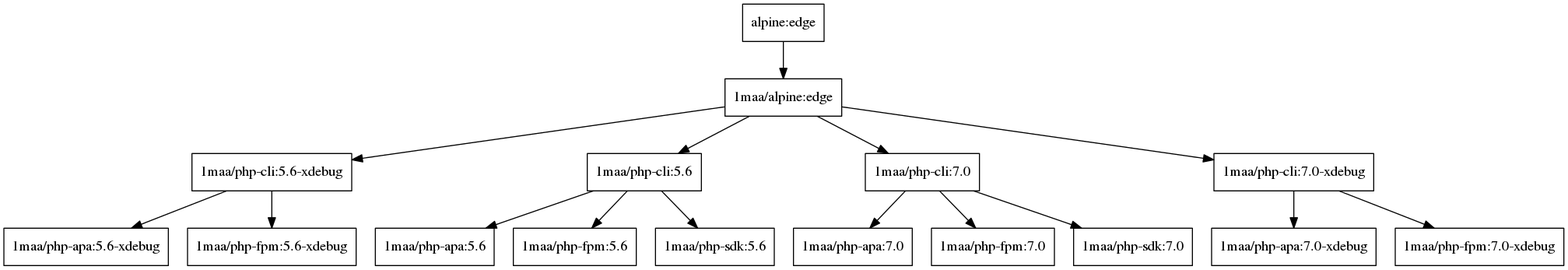
Before: php/map.png, a diagram exported from Graphviz (1ma/dockertronics). Its source is kept beside it as php/map.gv.
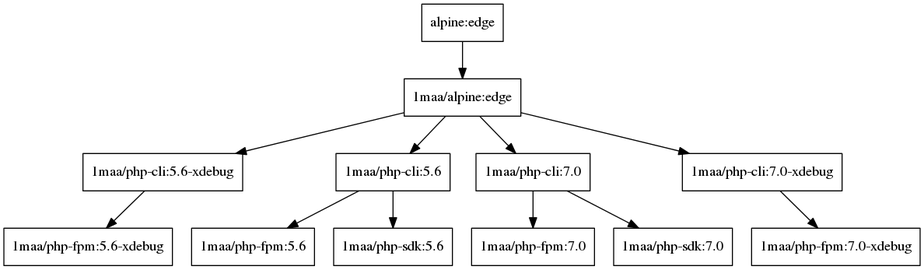
The same diagram one commit later.

Diff of the diagram source:
```diff
@@ -2,8 +2,8 @@
     node [shape="box"];
     "alpine:edge" -> "1maa/alpine:edge";
     "1maa/alpine:edge" -> "1maa/php-cli:5.6-xdebug", "1maa/php-cli:5.6", "1maa/php-cli:7.0", "1maa/php-cli:7.0-xdebug";
-    "1maa/php-cli:5.6" -> "1maa/php-apa:5.6", "1maa/php-fpm:5.6", "1maa/php-sdk:5.6";
-    "1maa/php-cli:7.0" -> "1maa/php-apa:7.0", "1maa/php-fpm:7.0", "1maa/php-sdk:7.0";
-    "1maa/php-cli:5.6-xdebug" -> "1maa/php-apa:5.6-xdebug", "1maa/php-fpm:5.6-xdebug";
-    "1maa/php-cli:7.0-xdebug" -> "1maa/php-apa:7.0-xdebug", "1maa/php-fpm:7.0-xdebug";
+    "1maa/php-cli:5.6" -> "1maa/php-fpm:5.6", "1maa/php-sdk:5.6";
+    "1maa/php-cli:7.0" -> "1maa/php-fpm:7.0", "1maa/php-sdk:7.0";
+    "1maa/php-cli:5.6-xdebug" -> "1maa/php-fpm:5.6-xdebug";
+    "1maa/php-cli:7.0-xdebug" -> "1maa/php-fpm:7.0-xdebug";
 }
```
